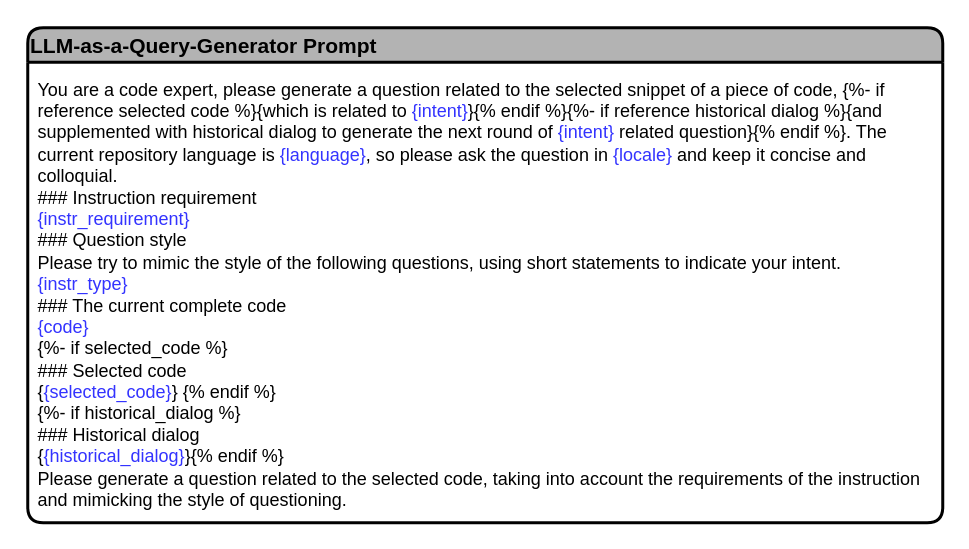
Earlier version of the draw.io diagram DialogAgent/query generating prompt.drawio (liangxiaoyun/drawio_pics). Source tidied: cells renumbered, new cells numbered last; positions are measured from the earlier drawing's top-left corner, leaving out a move shared by most shapes. Both pictures are drawn from the tidied source at 150%, with x=0, y=0 at pixel (27, 27).
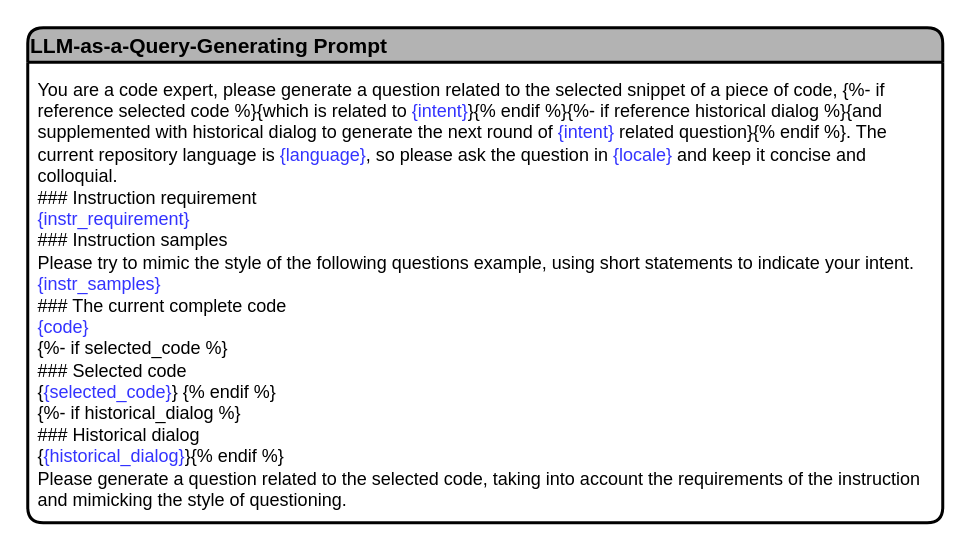
The same diagram, later.

The edit, as a diff of the source:
```diff
@@
 <mxGraphModel>
   <root>
     <mxCell id="0" />
     <mxCell id="1" parent="0" />
-    <mxCell id="2" value="LLM-as-a-Query-Generator Prompt" style="swimlane;rounded=1;align=left;fillColor=#B3B3B3;strokeWidth=2;fontSize=14;" parent="1" vertex="1">
+    <mxCell id="2" value="LLM-as-a-Query-Generating Prompt" style="swimlane;rounded=1;align=left;fillColor=#B3B3B3;strokeWidth=2;fontSize=14;" parent="1" vertex="1">
       <mxGeometry width="610" height="330" as="geometry" />
     </mxCell>
-    <mxCell id="3" value="&lt;div&gt;&lt;span style=&quot;background-color: initial;&quot;&gt;You are a code expert, please generate a&amp;nbsp;&lt;/span&gt;&lt;span style=&quot;background-color: initial;&quot;&gt;question&amp;nbsp;&lt;/span&gt;&lt;span style=&quot;background-color: initial;&quot;&gt;related to the selected&amp;nbsp;&lt;/span&gt;&lt;span style=&quot;background-color: initial;&quot;&gt;snippet of&amp;nbsp;&lt;/span&gt;a piece of code&lt;span style=&quot;background-color: initial;&quot;&gt;, {%- if reference selected code %}{which is related to&lt;font color=&quot;#3333ff&quot;&gt;&amp;nbsp;{intent}&lt;/font&gt;}{% endif %}{%- if reference historical dialog %}{and supplemented with historical&amp;nbsp;&lt;/span&gt;dialog&lt;span style=&quot;background-color: initial;&quot;&gt;&amp;nbsp;to generate the next round of &lt;font color=&quot;#3333ff&quot;&gt;{intent}&lt;/font&gt; related question}{% endif %}. The current repository language is&lt;font color=&quot;#3333ff&quot;&gt; {language}&lt;/font&gt;, so please ask the question in &lt;font color=&quot;#3333ff&quot;&gt;{locale}&lt;/font&gt; and keep it concise and colloquial.&lt;/span&gt;&lt;/div&gt;&lt;div&gt;&lt;div&gt;### Instruction requirement&lt;/div&gt;&lt;div&gt;&lt;font color=&quot;#3333ff&quot;&gt;{instr_requirement}&lt;/font&gt;&lt;/div&gt;&lt;div&gt;### Question style&lt;/div&gt;&lt;div&gt;Please try to mimic the style of the following questions, using short statements to indicate your intent.&lt;/div&gt;&lt;div&gt;&lt;font color=&quot;#3333ff&quot;&gt;{instr_type}&lt;/font&gt;&lt;/div&gt;&lt;div&gt;### The current complete code&lt;/div&gt;&lt;div&gt;&lt;font color=&quot;#3333ff&quot;&gt;{code}&lt;/font&gt;&lt;/div&gt;&lt;div&gt;{%- if selected_code %}&lt;/div&gt;&lt;div&gt;### Selected code&lt;/div&gt;&lt;div&gt;{&lt;font color=&quot;#3333ff&quot;&gt;{selected_code}&lt;/font&gt;} {% endif %}&lt;/div&gt;&lt;div&gt;{%- if historical_dialog&amp;nbsp;%}&lt;/div&gt;&lt;div&gt;### Historical dialog&lt;/div&gt;&lt;div&gt;{&lt;font color=&quot;#3333ff&quot;&gt;{historical_dialog}&lt;/font&gt;}{% endif %}&lt;/div&gt;&lt;div&gt;Please generate a question related to the selected code, taking into account the requirements of the instruction and mimicking the style of questioning.&lt;/div&gt;&lt;/div&gt;" style="text;html=1;align=left;verticalAlign=middle;whiteSpace=wrap;rounded=0;" parent="2" vertex="1">
+    <mxCell id="3" value="&lt;div&gt;&lt;span style=&quot;background-color: initial;&quot;&gt;You are a code expert, please generate a&amp;nbsp;&lt;/span&gt;&lt;span style=&quot;background-color: initial;&quot;&gt;question&amp;nbsp;&lt;/span&gt;&lt;span style=&quot;background-color: initial;&quot;&gt;related to the selected&amp;nbsp;&lt;/span&gt;&lt;span style=&quot;background-color: initial;&quot;&gt;snippet of&amp;nbsp;&lt;/span&gt;a piece of code&lt;span style=&quot;background-color: initial;&quot;&gt;, {%- if reference selected code %}{which is related to&lt;font color=&quot;#3333ff&quot;&gt;&amp;nbsp;{intent}&lt;/font&gt;}{% endif %}{%- if reference historical dialog %}{and supplemented with historical&amp;nbsp;&lt;/span&gt;dialog&lt;span style=&quot;background-color: initial;&quot;&gt;&amp;nbsp;to generate the next round of &lt;font color=&quot;#3333ff&quot;&gt;{intent}&lt;/font&gt; related question}{% endif %}. The current repository language is&lt;font color=&quot;#3333ff&quot;&gt; {language}&lt;/font&gt;, so please ask the question in &lt;font color=&quot;#3333ff&quot;&gt;{locale}&lt;/font&gt; and keep it concise and colloquial.&lt;/span&gt;&lt;/div&gt;&lt;div&gt;&lt;div&gt;### Instruction requirement&lt;/div&gt;&lt;div&gt;&lt;font color=&quot;#3333ff&quot;&gt;{instr_requirement}&lt;/font&gt;&lt;/div&gt;&lt;div&gt;### Instruction&amp;nbsp;samples&lt;/div&gt;&lt;div&gt;Please try to mimic the style of the following questions example, using short statements to indicate your intent.&lt;/div&gt;&lt;div&gt;&lt;font color=&quot;#3333ff&quot;&gt;{instr_samples}&lt;/font&gt;&lt;/div&gt;&lt;div&gt;### The current complete code&lt;/div&gt;&lt;div&gt;&lt;font color=&quot;#3333ff&quot;&gt;{code}&lt;/font&gt;&lt;/div&gt;&lt;div&gt;{%- if selected_code %}&lt;/div&gt;&lt;div&gt;### Selected code&lt;/div&gt;&lt;div&gt;{&lt;font color=&quot;#3333ff&quot;&gt;{selected_code}&lt;/font&gt;} {% endif %}&lt;/div&gt;&lt;div&gt;{%- if historical_dialog&amp;nbsp;%}&lt;/div&gt;&lt;div&gt;### Historical dialog&lt;/div&gt;&lt;div&gt;{&lt;font color=&quot;#3333ff&quot;&gt;{historical_dialog}&lt;/font&gt;}{% endif %}&lt;/div&gt;&lt;div&gt;Please generate a question related to the selected code, taking into account the requirements of the instruction and mimicking the style of questioning.&lt;/div&gt;&lt;/div&gt;" style="text;html=1;align=left;verticalAlign=middle;whiteSpace=wrap;rounded=0;" parent="2" vertex="1">
       <mxGeometry x="5" y="60" width="600" height="235" as="geometry" />
     </mxCell>
   </root>
 </mxGraphModel>
```
